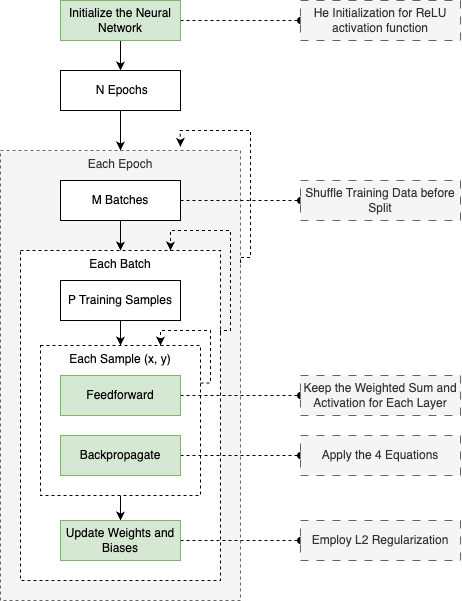
This is assets/images/neural network code structure.png from Wayne82/wayne82.github.io, a draw.io export, as it was before one commit. Source tidied: cells renumbered, new cells last; positions are measured from the earlier drawing's top-left corner, leaving out a move shared by most shapes.
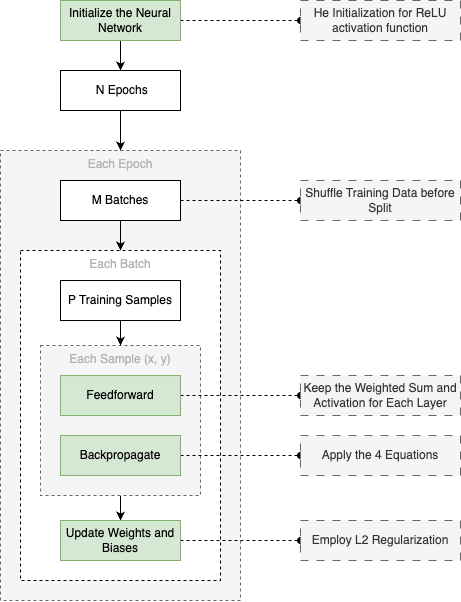
The same diagram one commit later.

Commit message:
final tweak to the latest published blog.

Change to the diagram source:
```diff
@@ -2,16 +2,16 @@
   <root>
     <mxCell id="0" />
     <mxCell id="1" parent="0" />
-    <mxCell id="2" value="Each Epoch" style="rounded=0;whiteSpace=wrap;html=1;dashed=1;verticalAlign=top;fillColor=#f5f5f5;fontColor=#333333;strokeColor=#666666;" parent="1" vertex="1">
+    <mxCell id="2" value="&lt;font style=&quot;color: rgb(179, 179, 179);&quot;&gt;Each Epoch&lt;/font&gt;" style="rounded=0;whiteSpace=wrap;html=1;dashed=1;verticalAlign=top;fillColor=#f5f5f5;fontColor=#333333;strokeColor=#666666;" parent="1" vertex="1">
       <mxGeometry y="150" width="240" height="450" as="geometry" />
     </mxCell>
-    <mxCell id="3" value="Each Batch" style="rounded=0;whiteSpace=wrap;html=1;dashed=1;verticalAlign=top;" parent="1" vertex="1">
+    <mxCell id="3" value="&lt;font style=&quot;color: rgb(179, 179, 179);&quot;&gt;Each Batch&lt;/font&gt;" style="rounded=0;whiteSpace=wrap;html=1;dashed=1;verticalAlign=top;" parent="1" vertex="1">
       <mxGeometry x="20" y="250" width="200" height="330" as="geometry" />
     </mxCell>
     <mxCell id="4" style="edgeStyle=orthogonalEdgeStyle;rounded=0;jettySize=auto;html=1;exitX=0.5;exitY=1;exitDx=0;exitDy=0;entryX=0.5;entryY=0;entryDx=0;entryDy=0;" parent="1" edge="1" source="5" target="21">
       <mxGeometry relative="1" as="geometry" />
     </mxCell>
-    <mxCell id="5" value="Each Sample (x, y)" style="rounded=0;whiteSpace=wrap;html=1;dashed=1;verticalAlign=top;" parent="1" vertex="1">
+    <mxCell id="5" value="&lt;font style=&quot;color: rgb(179, 179, 179);&quot;&gt;Each Sample (x, y)&lt;/font&gt;" style="rounded=0;whiteSpace=wrap;html=1;dashed=1;verticalAlign=top;fillColor=#f5f5f5;fontColor=#333333;strokeColor=#666666;" parent="1" vertex="1">
       <mxGeometry x="40" y="345" width="160" height="150" as="geometry" />
     </mxCell>
     <mxCell id="6" style="edgeStyle=orthogonalEdgeStyle;rounded=0;jettySize=auto;html=1;entryX=0.5;entryY=0;entryDx=0;entryDy=0;" parent="1" edge="1" source="7" target="2">
@@ -62,33 +62,6 @@
     <mxCell id="21" value="Update Weights and Biases" style="rounded=0;whiteSpace=wrap;html=1;fillColor=#d5e8d4;strokeColor=#82b366;" parent="1" vertex="1">
       <mxGeometry x="60" y="520" width="120" height="40" as="geometry" />
     </mxCell>
-    <mxCell id="22" style="edgeStyle=orthogonalEdgeStyle;rounded=0;orthogonalLoop=1;jettySize=auto;html=1;exitX=1;exitY=0.25;exitDx=0;exitDy=0;entryX=0.75;entryY=0;entryDx=0;entryDy=0;dashed=1;" parent="1" edge="1" source="5" target="5">
-      <mxGeometry relative="1" as="geometry">
-        <Array as="points">
-          <mxPoint x="210" y="383" />
-          <mxPoint x="210" y="330" />
-          <mxPoint x="160" y="330" />
-        </Array>
-      </mxGeometry>
-    </mxCell>
-    <mxCell id="23" style="edgeStyle=orthogonalEdgeStyle;rounded=0;orthogonalLoop=1;jettySize=auto;html=1;exitX=1;exitY=0.25;exitDx=0;exitDy=0;entryX=0.75;entryY=0;entryDx=0;entryDy=0;dashed=1;" parent="1" edge="1" source="3" target="3">
-      <mxGeometry relative="1" as="geometry">
-        <Array as="points">
-          <mxPoint x="230" y="330" />
-          <mxPoint x="230" y="230" />
-          <mxPoint x="170" y="230" />
-        </Array>
-      </mxGeometry>
-    </mxCell>
-    <mxCell id="24" style="edgeStyle=orthogonalEdgeStyle;rounded=0;orthogonalLoop=1;jettySize=auto;html=1;exitX=1;exitY=0.25;exitDx=0;exitDy=0;entryX=0.749;entryY=-0.008;entryDx=0;entryDy=0;entryPerimeter=0;dashed=1;" parent="1" edge="1" source="2" target="2">
-      <mxGeometry relative="1" as="geometry">
-        <Array as="points">
-          <mxPoint x="250" y="257" />
-          <mxPoint x="250" y="130" />
-          <mxPoint x="180" y="130" />
-        </Array>
-      </mxGeometry>
-    </mxCell>
     <mxCell id="25" value="He Initialization for ReLU activation function" style="rounded=0;whiteSpace=wrap;html=1;fillColor=#f5f5f5;fontColor=#333333;strokeColor=#666666;dashed=1;dashPattern=8 8;" parent="1" vertex="1">
       <mxGeometry x="300" width="160" height="40" as="geometry" />
     </mxCell>
```
